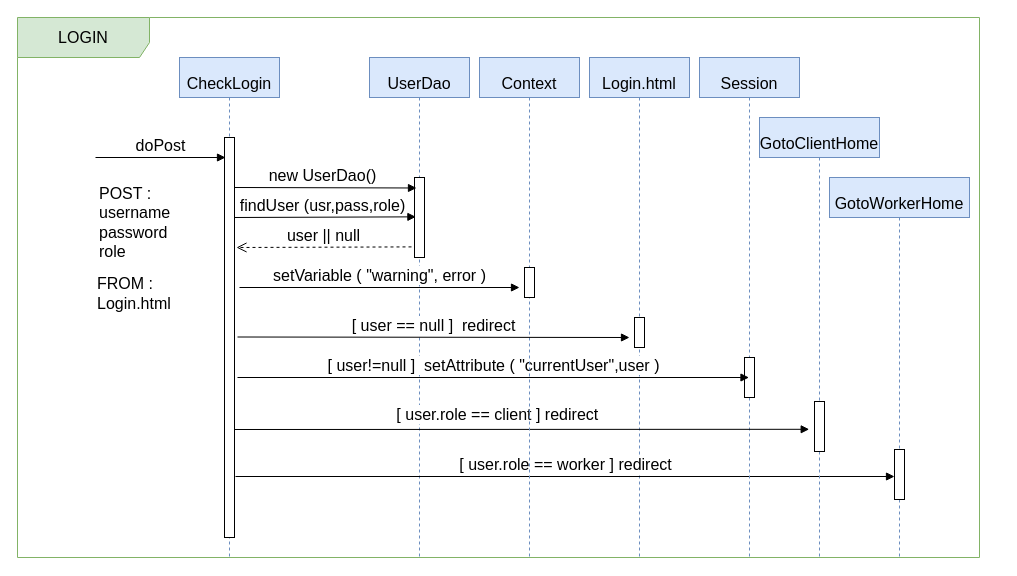
Above: documentation/Pure-HTML/File_drawio/Login.drawio in ManuMerlo/Web-App-Project-TIW-2022-Inghilleri-Merlo (draw.io), before the change. Source tidied: cells renumbered, new cells numbered last; positions are measured from the earlier drawing's top-left corner, leaving out a move shared by most shapes. Both pictures are drawn from the tidied source at 100%, with x=0, y=0 at pixel (17, 17).
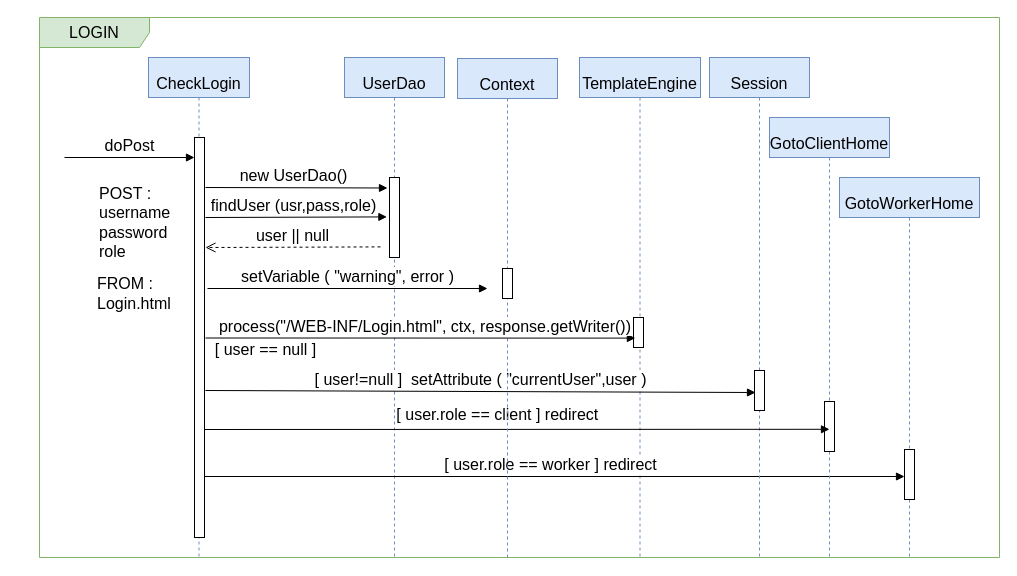
After the change.

Unchanged cells that the change refers to:
```xml
<mxCell id="5" style="html=1;points=[];perimeter=orthogonalPerimeter;fontSize=16;" parent="4" vertex="1">
  <mxGeometry x="45" y="120" width="10" height="80" as="geometry" />
</mxCell>
<mxCell id="13" style="html=1;points=[];perimeter=orthogonalPerimeter;fontSize=16;" parent="12" vertex="1">
  <mxGeometry x="55" y="284" width="10" height="50" as="geometry" />
</mxCell>
<mxCell id="15" style="html=1;points=[];perimeter=orthogonalPerimeter;fontSize=16;" parent="14" vertex="1">
  <mxGeometry x="65" y="272" width="10" height="50" as="geometry" />
</mxCell>
```

What changed in the source:
```diff
@@
-    <mxCell id="2" value="LOGIN" style="shape=umlFrame;whiteSpace=wrap;html=1;fontSize=16;width=132;height=40;fillColor=#d5e8d4;strokeColor=#82b366;" parent="1" vertex="1">
-      <mxGeometry width="962" height="540" as="geometry" />
+    <mxCell id="2" value="LOGIN" style="shape=umlFrame;whiteSpace=wrap;html=1;fontSize=16;width=110;height=30;fillColor=#d5e8d4;strokeColor=#82b366;" parent="1" vertex="1">
+      <mxGeometry x="22" width="960" height="540" as="geometry" />
     </mxCell>
     <mxCell id="3" value="&lt;font style=&quot;font-size: 16px;&quot;&gt;CheckLogin&lt;/font&gt;" style="shape=umlLifeline;perimeter=lifelinePerimeter;whiteSpace=wrap;html=1;fontSize=33;align=center;fillColor=#dae8fc;strokeColor=#6c8ebf;" parent="1" vertex="1">
-      <mxGeometry x="162" y="40" width="100" height="500" as="geometry" />
+      <mxGeometry x="131" y="40" width="101" height="500" as="geometry" />
     </mxCell>
+    <mxCell id="29" value="&lt;font style=&quot;font-size: 16px;&quot;&gt;[ user == null ]&lt;/font&gt;" style="text;html=1;strokeColor=none;fillColor=none;align=center;verticalAlign=middle;whiteSpace=wrap;rounded=0;" parent="3" vertex="1">
+      <mxGeometry x="65" y="277" width="105" height="30" as="geometry" />
+    </mxCell>
     <mxCell id="4" value="&lt;span style=&quot;font-size: 16px;&quot;&gt;UserDao&lt;/span&gt;" style="shape=umlLifeline;perimeter=lifelinePerimeter;whiteSpace=wrap;html=1;fontSize=33;align=center;fillColor=#dae8fc;strokeColor=#6c8ebf;" parent="1" vertex="1">
-      <mxGeometry x="352" y="40" width="100" height="500" as="geometry" />
+      <mxGeometry x="327" y="40" width="100" height="500" as="geometry" />
     </mxCell>
@@
-    <mxCell id="6" value="findUser (usr,pass,role)" style="html=1;verticalAlign=bottom;endArrow=block;rounded=0;fontSize=16;entryX=0.14;entryY=0.492;entryDx=0;entryDy=0;entryPerimeter=0;" parent="4" edge="1" target="5">
+    <mxCell id="6" value="findUser (usr,pass,role)" style="html=1;verticalAlign=bottom;endArrow=block;rounded=0;fontSize=16;entryX=0.14;entryY=0.492;entryDx=0;entryDy=0;entryPerimeter=0;" parent="4" edge="1">
       <mxGeometry x="-0.03" relative="1" as="geometry">
-        <mxPoint x="-135" y="160" as="sourcePoint" />
+        <mxPoint x="-139" y="160" as="sourcePoint" />
+        <mxPoint x="42.4" y="159.4" as="targetPoint" />
       </mxGeometry>
     </mxCell>
-    <mxCell id="7" value="&lt;span style=&quot;font-size: 16px;&quot;&gt;Login.html&lt;/span&gt;" style="shape=umlLifeline;perimeter=lifelinePerimeter;whiteSpace=wrap;html=1;fontSize=33;align=center;fillColor=#dae8fc;strokeColor=#6c8ebf;" parent="1" vertex="1">
-      <mxGeometry x="572" y="40" width="100" height="500" as="geometry" />
+    <mxCell id="7" value="&lt;p style=&quot;line-height: 0.4;&quot;&gt;&lt;/p&gt;&lt;blockquote style=&quot;margin: 0px 0px 0px 40px; border: none; padding: 0px; line-height: 0.6;&quot;&gt;&lt;/blockquote&gt;&lt;span style=&quot;font-size: 16px; background-color: initial;&quot;&gt;Template&lt;/span&gt;&lt;span style=&quot;font-size: 16px; line-height: 0.1;&quot;&gt;Engine&lt;/span&gt;&lt;p&gt;&lt;/p&gt;" style="shape=umlLifeline;perimeter=lifelinePerimeter;whiteSpace=wrap;html=1;fontSize=33;align=center;fillColor=#dae8fc;strokeColor=#6c8ebf;" parent="1" vertex="1">
+      <mxGeometry x="562" y="40" width="121" height="500" as="geometry" />
     </mxCell>
     <mxCell id="8" style="html=1;points=[];perimeter=orthogonalPerimeter;fontSize=16;" parent="7" vertex="1">
-      <mxGeometry x="45" y="260" width="10" height="30" as="geometry" />
+      <mxGeometry x="54" y="260" width="10" height="30" as="geometry" />
     </mxCell>
-    <mxCell id="9" value="[ user.role == worker ] redirect" style="html=1;verticalAlign=bottom;endArrow=block;rounded=0;fontSize=16;" parent="7" edge="1">
+    <mxCell id="9" value="[ user.role == worker ] redirect" style="html=1;verticalAlign=bottom;endArrow=block;rounded=0;fontSize=16;" parent="7" edge="1" target="15">
       <mxGeometry relative="1" as="geometry">
-        <mxPoint x="-354" y="419" as="sourcePoint" />
-        <mxPoint x="305" y="419" as="targetPoint" />
+        <mxPoint x="-384" y="419" as="sourcePoint" />
       </mxGeometry>
     </mxCell>
     <mxCell id="10" value="&lt;span style=&quot;font-size: 16px;&quot;&gt;Session&lt;/span&gt;" style="shape=umlLifeline;perimeter=lifelinePerimeter;whiteSpace=wrap;html=1;outlineConnect=0;fontSize=33;align=center;fillColor=#dae8fc;strokeColor=#6c8ebf;" parent="1" vertex="1">
-      <mxGeometry x="682" y="40" width="100" height="500" as="geometry" />
+      <mxGeometry x="692" y="40" width="100" height="500" as="geometry" />
     </mxCell>
     <mxCell id="11" style="html=1;points=[];perimeter=orthogonalPerimeter;fontSize=16;" parent="10" vertex="1">
-      <mxGeometry x="45" y="300" width="10" height="40" as="geometry" />
+      <mxGeometry x="45" y="313" width="10" height="40" as="geometry" />
     </mxCell>
     <mxCell id="12" value="&lt;span style=&quot;font-size: 16px;&quot;&gt;GotoClientHome&lt;/span&gt;" style="shape=umlLifeline;perimeter=lifelinePerimeter;whiteSpace=wrap;html=1;fontSize=33;align=center;fillColor=#dae8fc;strokeColor=#6c8ebf;" parent="1" vertex="1">
-      <mxGeometry x="742" y="100" width="120" height="440" as="geometry" />
+      <mxGeometry x="752" y="100" width="120" height="440" as="geometry" />
     </mxCell>
@@
     <mxCell id="14" value="&lt;span style=&quot;font-size: 16px;&quot;&gt;GotoWorkerHome&lt;/span&gt;" style="shape=umlLifeline;perimeter=lifelinePerimeter;whiteSpace=wrap;html=1;fontSize=33;align=center;fillColor=#dae8fc;strokeColor=#6c8ebf;" parent="1" vertex="1">
-      <mxGeometry x="812" y="160" width="140" height="380" as="geometry" />
+      <mxGeometry x="822" y="160" width="140" height="380" as="geometry" />
     </mxCell>
@@
     <mxCell id="17" style="html=1;perimeter=orthogonalPerimeter;fontSize=16;" parent="1" vertex="1">
-      <mxGeometry x="207" y="120" width="10" height="400" as="geometry" />
+      <mxGeometry x="177" y="120" width="10" height="400" as="geometry" />
     </mxCell>
     <mxCell id="18" value="doPost" style="html=1;verticalAlign=bottom;endArrow=block;rounded=0;fontSize=16;" parent="1" edge="1">
       <mxGeometry relative="1" as="geometry">
-        <mxPoint x="78" y="140" as="sourcePoint" />
-        <mxPoint x="208" y="140" as="targetPoint" />
+        <mxPoint x="47" y="140" as="sourcePoint" />
+        <mxPoint x="177" y="140" as="targetPoint" />
       </mxGeometry>
     </mxCell>
     <mxCell id="19" value="user || null" style="html=1;verticalAlign=bottom;endArrow=open;dashed=1;endSize=8;rounded=0;fontSize=16;" parent="1" edge="1">
       <mxGeometry relative="1" as="geometry">
-        <mxPoint x="394" y="229.4" as="sourcePoint" />
-        <mxPoint x="219" y="230" as="targetPoint" />
+        <mxPoint x="363" y="229.4" as="sourcePoint" />
+        <mxPoint x="188" y="230" as="targetPoint" />
       </mxGeometry>
     </mxCell>
-    <mxCell id="20" value="[ user!=null ]&amp;nbsp; setAttribute ( &quot;currentUser&quot;,user )" style="html=1;verticalAlign=bottom;endArrow=block;rounded=0;fontSize=16;" parent="1" edge="1" target="10">
+    <mxCell id="20" value="[ user!=null ]&amp;nbsp; setAttribute ( &quot;currentUser&quot;,user )" style="html=1;verticalAlign=bottom;endArrow=block;rounded=0;fontSize=16;entryX=0.1;entryY=0.55;entryDx=0;entryDy=0;entryPerimeter=0;" parent="1" edge="1" target="11">
       <mxGeometry relative="1" as="geometry">
-        <mxPoint x="220" y="360" as="sourcePoint" />
+        <mxPoint x="188" y="373" as="sourcePoint" />
       </mxGeometry>
     </mxCell>
@@
-    <mxCell id="23" style="html=1;verticalAlign=bottom;endArrow=block;rounded=0;fontSize=16;entryX=0.823;entryY=0.733;entryDx=0;entryDy=0;entryPerimeter=0;" parent="1" edge="1">
+    <mxCell id="23" style="html=1;verticalAlign=bottom;endArrow=block;rounded=0;fontSize=16;entryX=0.5;entryY=0.556;entryDx=0;entryDy=0;entryPerimeter=0;" parent="1" edge="1" target="13">
       <mxGeometry relative="1" as="geometry">
-        <mxPoint x="217" y="412" as="sourcePoint" />
-        <mxPoint x="791.7" y="411.8" as="targetPoint" />
+        <mxPoint x="187" y="412" as="sourcePoint" />
       </mxGeometry>
     </mxCell>
     <mxCell id="24" value="new UserDao()" style="html=1;verticalAlign=bottom;endArrow=block;rounded=0;fontSize=16;entryX=0.2;entryY=0.45;entryDx=0;entryDy=0;entryPerimeter=0;" parent="1" edge="1">
       <mxGeometry x="-0.03" relative="1" as="geometry">
-        <mxPoint x="217" y="170" as="sourcePoint" />
-        <mxPoint x="399" y="170.5" as="targetPoint" />
+        <mxPoint x="188" y="170" as="sourcePoint" />
+        <mxPoint x="370" y="170.5" as="targetPoint" />
       </mxGeometry>
     </mxCell>
     <mxCell id="25" value="&lt;span style=&quot;font-size: 16px;&quot;&gt;Context&lt;/span&gt;" style="shape=umlLifeline;perimeter=lifelinePerimeter;whiteSpace=wrap;html=1;fontSize=33;align=center;fillColor=#dae8fc;strokeColor=#6c8ebf;" parent="1" vertex="1">
-      <mxGeometry x="462" y="40" width="100" height="500" as="geometry" />
+      <mxGeometry x="440" y="41" width="100" height="500" as="geometry" />
     </mxCell>
@@
-    <mxCell id="27" value="[ user == null ]&amp;nbsp; redirect" style="html=1;verticalAlign=bottom;endArrow=block;rounded=0;fontSize=16;" parent="25" edge="1">
+    <mxCell id="27" value="&amp;nbsp; process(&quot;/WEB-INF/Login.html&quot;, ctx, response.getWriter())" style="html=1;verticalAlign=bottom;endArrow=block;rounded=0;fontSize=16;entryX=0.187;entryY=0.687;entryDx=0;entryDy=0;entryPerimeter=0;" parent="25" edge="1" target="8">
       <mxGeometry relative="1" as="geometry">
-        <mxPoint x="-242" y="279.5" as="sourcePoint" />
-        <mxPoint x="150" y="280" as="targetPoint" />
+        <mxPoint x="-252" y="279.5" as="sourcePoint" />
       </mxGeometry>
     </mxCell>
     <mxCell id="28" value="setVariable ( &quot;warning&quot;, error )" style="html=1;verticalAlign=bottom;endArrow=block;rounded=0;fontSize=16;" parent="25" edge="1">
       <mxGeometry relative="1" as="geometry">
-        <mxPoint x="-240" y="230" as="sourcePoint" />
-        <mxPoint x="40" y="230" as="targetPoint" />
+        <mxPoint x="-250" y="230" as="sourcePoint" />
+        <mxPoint x="30" y="230" as="targetPoint" />
       </mxGeometry>
     </mxCell>
```
